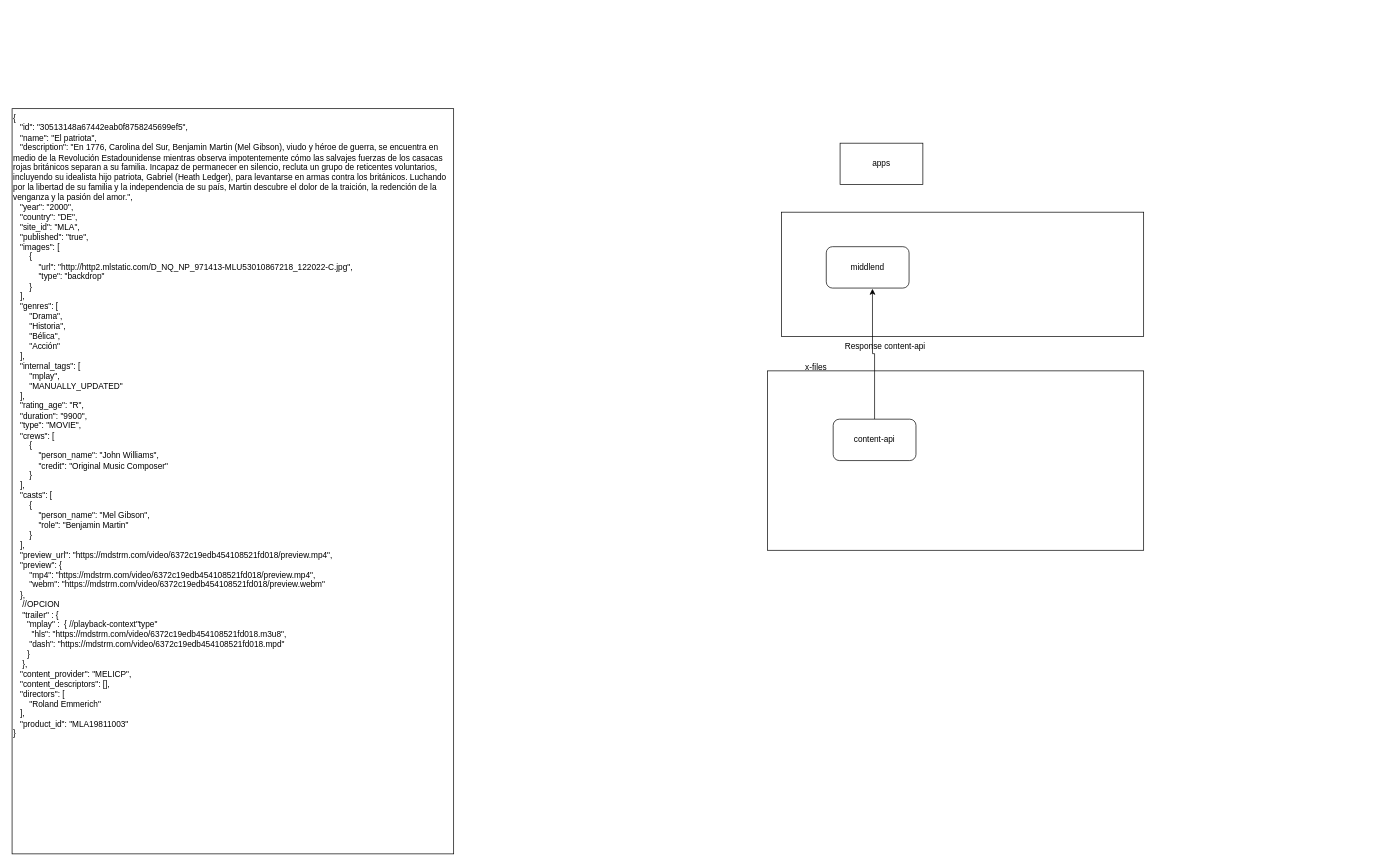
Above: Trailers.drawio in gcijuentes/Draw-io (draw.io), before the change. Source tidied: cells renumbered, new cells numbered last; positions are measured from the earlier drawing's top-left corner, leaving out a move shared by most shapes. Both pictures are drawn from the tidied source at 69%, with x=0, y=0 at pixel (12, 108).
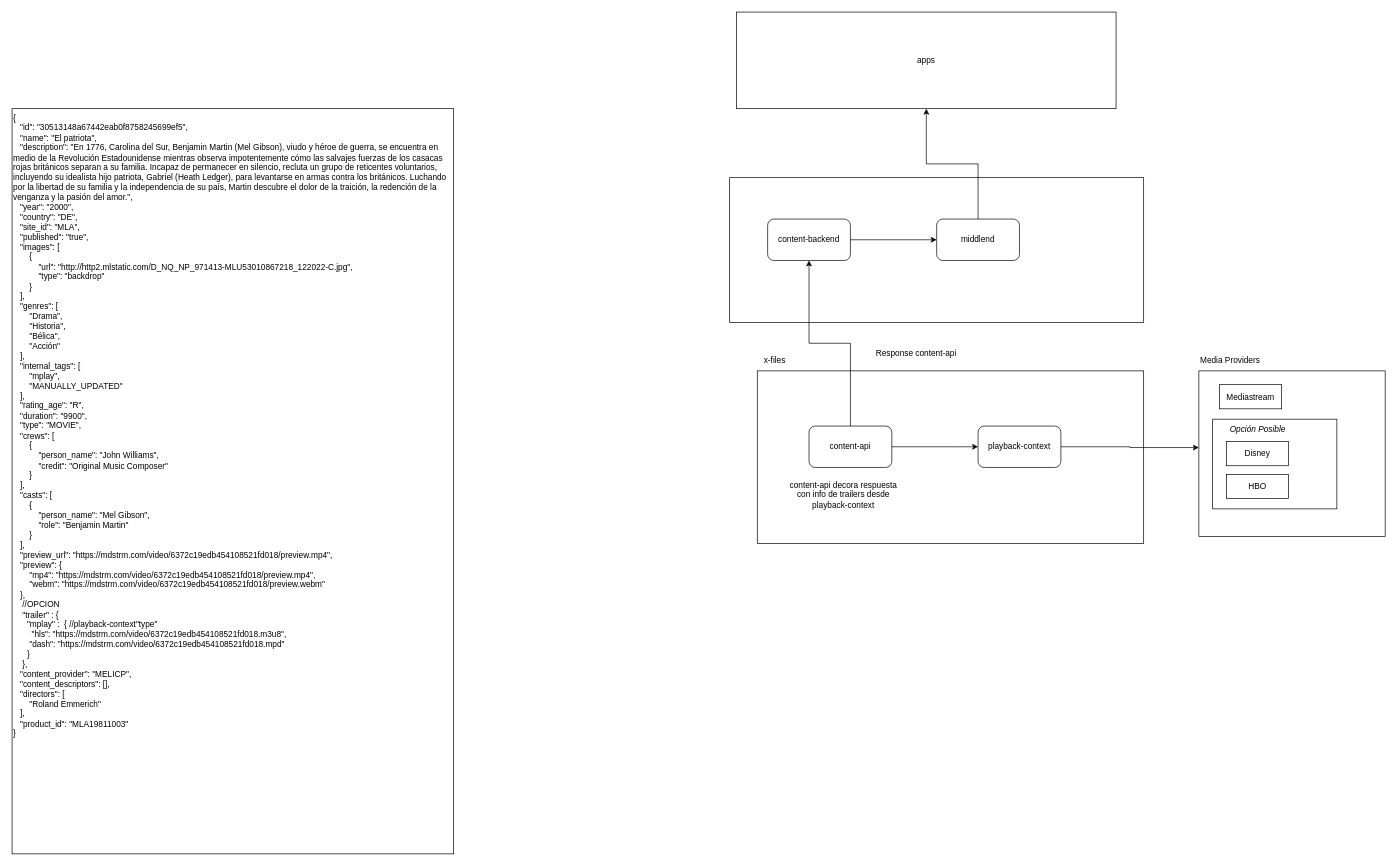
The same diagram, later.

Diff of the diagram source:
```diff
@@
+    <mxCell id="11" style="rounded=0;whiteSpace=wrap;html=1;" parent="1" vertex="1">
+      <mxGeometry x="1720" y="380" width="270" height="240" as="geometry" />
+    </mxCell>
+    <mxCell id="12" style="rounded=0;whiteSpace=wrap;html=1;" parent="1" vertex="1">
+      <mxGeometry x="1740" y="450" width="180" height="130" as="geometry" />
+    </mxCell>
     <mxCell id="2" style="rounded=0;whiteSpace=wrap;html=1;" parent="1" vertex="1">
-      <mxGeometry x="1095" y="380" width="545" height="260" as="geometry" />
+      <mxGeometry x="1080" y="380" width="560" height="250" as="geometry" />
     </mxCell>
     <mxCell id="3" style="rounded=0;whiteSpace=wrap;html=1;" parent="1" vertex="1">
-      <mxGeometry x="1115" y="150" width="525" height="180" as="geometry" />
+      <mxGeometry x="1040" y="100" width="600" height="210" as="geometry" />
     </mxCell>
     <mxCell id="4" value="apps" style="rounded=0;whiteSpace=wrap;html=1;" parent="1" vertex="1">
-      <mxGeometry x="1200" y="50" width="120" height="60" as="geometry" />
+      <mxGeometry x="1050" y="-140" width="550" height="140" as="geometry" />
     </mxCell>
-    <mxCell id="5" style="edgeStyle=orthogonalEdgeStyle;rounded=0;jettySize=auto;html=1;entryX=0.558;entryY=1.017;entryDx=0;entryDy=0;entryPerimeter=0;" parent="1" edge="1" source="6" target="8">
+    <mxCell id="5" style="edgeStyle=orthogonalEdgeStyle;rounded=0;jettySize=auto;html=1;" parent="1" edge="1" source="6" target="19">
       <mxGeometry relative="1" as="geometry" />
     </mxCell>
     <mxCell id="6" value="content-api" style="rounded=1;whiteSpace=wrap;html=1;" parent="1" vertex="1">
-      <mxGeometry x="1190" y="450" width="120" height="60" as="geometry" />
+      <mxGeometry x="1155" y="460" width="120" height="60" as="geometry" />
     </mxCell>
     <mxCell id="7" value="x-files&lt;br&gt;" style="text;html=1;align=center;verticalAlign=middle;strokeColor=none;fillColor=none;" parent="1" vertex="1">
-      <mxGeometry x="1140" y="360" width="50" height="30" as="geometry" />
+      <mxGeometry x="1080" y="350" width="50" height="30" as="geometry" />
     </mxCell>
+    <mxCell id="13" style="edgeStyle=orthogonalEdgeStyle;rounded=0;jettySize=auto;html=1;" parent="1" edge="1" source="8" target="4">
+      <mxGeometry relative="1" as="geometry" />
+    </mxCell>
     <mxCell id="8" value="middlend" style="rounded=1;whiteSpace=wrap;html=1;" parent="1" vertex="1">
-      <mxGeometry x="1180" y="200" width="120" height="60" as="geometry" />
+      <mxGeometry x="1340" y="160" width="120" height="60" as="geometry" />
     </mxCell>
     <mxCell id="9" value="Response content-api" style="text;html=1;align=center;verticalAlign=middle;strokeColor=none;fillColor=none;" parent="1" vertex="1">
-      <mxGeometry x="1195" y="330" width="140" height="30" as="geometry" />
+      <mxGeometry x="1240" y="340" width="140" height="30" as="geometry" />
     </mxCell>
@@
+    <mxCell id="14" style="edgeStyle=orthogonalEdgeStyle;rounded=0;jettySize=auto;html=1;" parent="1" edge="1" source="6" target="16">
+      <mxGeometry relative="1" as="geometry">
+        <Array as="points">
+          <mxPoint x="1370" y="490" />
+          <mxPoint x="1370" y="490" />
+        </Array>
+      </mxGeometry>
+    </mxCell>
+    <mxCell id="15" style="edgeStyle=orthogonalEdgeStyle;rounded=0;jettySize=auto;html=1;entryX=0;entryY=0.463;entryDx=0;entryDy=0;entryPerimeter=0;" parent="1" edge="1" source="16" target="11">
+      <mxGeometry relative="1" as="geometry" />
+    </mxCell>
+    <mxCell id="16" value="playback-context" style="rounded=1;whiteSpace=wrap;html=1;" parent="1" vertex="1">
+      <mxGeometry x="1400" y="460" width="120" height="60" as="geometry" />
+    </mxCell>
+    <mxCell id="17" value="content-api decora respuesta con info de trailers desde playback-context" style="text;html=1;strokeColor=none;fillColor=none;align=center;verticalAlign=middle;whiteSpace=wrap;rounded=0;" parent="1" vertex="1">
+      <mxGeometry x="1115" y="530" width="180" height="60" as="geometry" />
+    </mxCell>
+    <mxCell id="18" style="edgeStyle=orthogonalEdgeStyle;rounded=0;jettySize=auto;html=1;" parent="1" edge="1" source="19" target="8">
+      <mxGeometry relative="1" as="geometry" />
+    </mxCell>
+    <mxCell id="19" value="content-backend" style="rounded=1;whiteSpace=wrap;html=1;" parent="1" vertex="1">
+      <mxGeometry x="1095" y="160" width="120" height="60" as="geometry" />
+    </mxCell>
+    <mxCell id="20" value="Media Providers" style="text;html=1;align=center;verticalAlign=middle;strokeColor=none;fillColor=none;" parent="1" vertex="1">
+      <mxGeometry x="1710" y="350" width="110" height="30" as="geometry" />
+    </mxCell>
+    <mxCell id="21" value="Disney" style="rounded=0;whiteSpace=wrap;html=1;" parent="1" vertex="1">
+      <mxGeometry x="1760" y="482.5" width="90" height="35" as="geometry" />
+    </mxCell>
+    <mxCell id="22" value="HBO" style="rounded=0;whiteSpace=wrap;html=1;" parent="1" vertex="1">
+      <mxGeometry x="1760" y="530" width="90" height="35" as="geometry" />
+    </mxCell>
+    <mxCell id="23" value="Mediastream" style="rounded=0;whiteSpace=wrap;html=1;" parent="1" vertex="1">
+      <mxGeometry x="1750" y="400" width="90" height="35" as="geometry" />
+    </mxCell>
+    <mxCell id="24" value="&lt;i&gt;Opción Posible&lt;/i&gt;" style="text;html=1;align=center;verticalAlign=middle;strokeColor=none;fillColor=none;" parent="1" vertex="1">
+      <mxGeometry x="1755" y="450" width="100" height="30" as="geometry" />
+    </mxCell>
```
